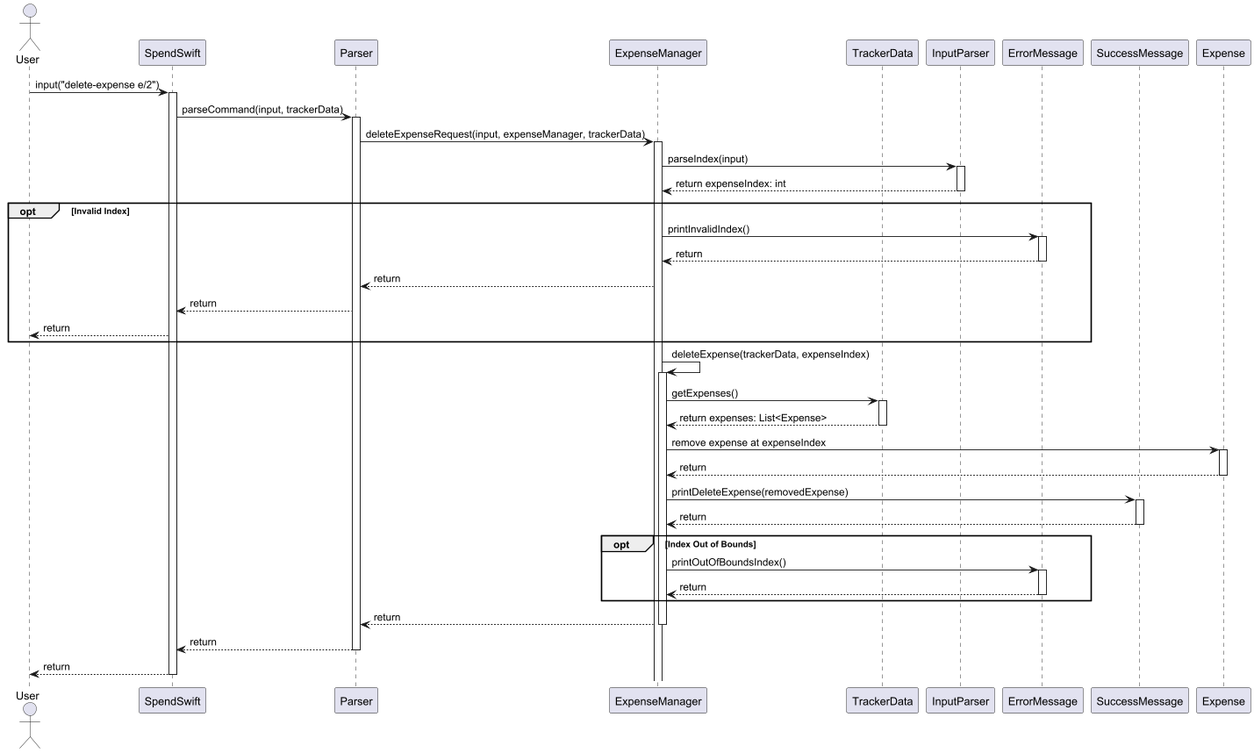
Above: docs/sequencediagrams/DeleteExpense.png in nus-cs2113-AY2425S1/tp (PlantUML), before the change. Source of this version:
```plantuml
@startuml
actor User
participant SpendSwift
participant Parser
participant ExpenseManager
participant TrackerData
participant InputParser
participant ErrorMessage
participant SuccessMessage
participant Expense

User -> SpendSwift : input("delete-expense e/2")
activate SpendSwift
SpendSwift -> Parser : parseCommand(input, trackerData)

activate Parser
Parser -> ExpenseManager : deleteExpenseRequest(input, expenseManager, trackerData)

activate ExpenseManager
ExpenseManager -> InputParser : parseIndex(input)
activate InputParser
InputParser --> ExpenseManager : return expenseIndex: int
deactivate InputParser

opt Invalid Index
    ExpenseManager -> ErrorMessage : printInvalidIndex()
    activate ErrorMessage
    ErrorMessage --> ExpenseManager : return
    deactivate ErrorMessage
    ExpenseManager --> Parser : return
    Parser --> SpendSwift : return
    SpendSwift --> User : return
end

ExpenseManager -> ExpenseManager : deleteExpense(trackerData, expenseIndex)

activate ExpenseManager
ExpenseManager -> TrackerData : getExpenses()
activate TrackerData
TrackerData --> ExpenseManager : return expenses: List<Expense>
deactivate TrackerData

ExpenseManager -> Expense : remove expense at expenseIndex
activate Expense
Expense --> ExpenseManager : return
deactivate Expense

ExpenseManager -> SuccessMessage : printDeleteExpense(removedExpense)
activate SuccessMessage
SuccessMessage --> ExpenseManager : return
deactivate SuccessMessage

opt Index Out of Bounds
    ExpenseManager -> ErrorMessage : printOutOfBoundsIndex()
    activate ErrorMessage
    ErrorMessage --> ExpenseManager : return
    deactivate ErrorMessage
end

ExpenseManager --> Parser : return
deactivate ExpenseManager
Parser --> SpendSwift : return
deactivate Parser
SpendSwift --> User : return
deactivate SpendSwift

@enduml
```
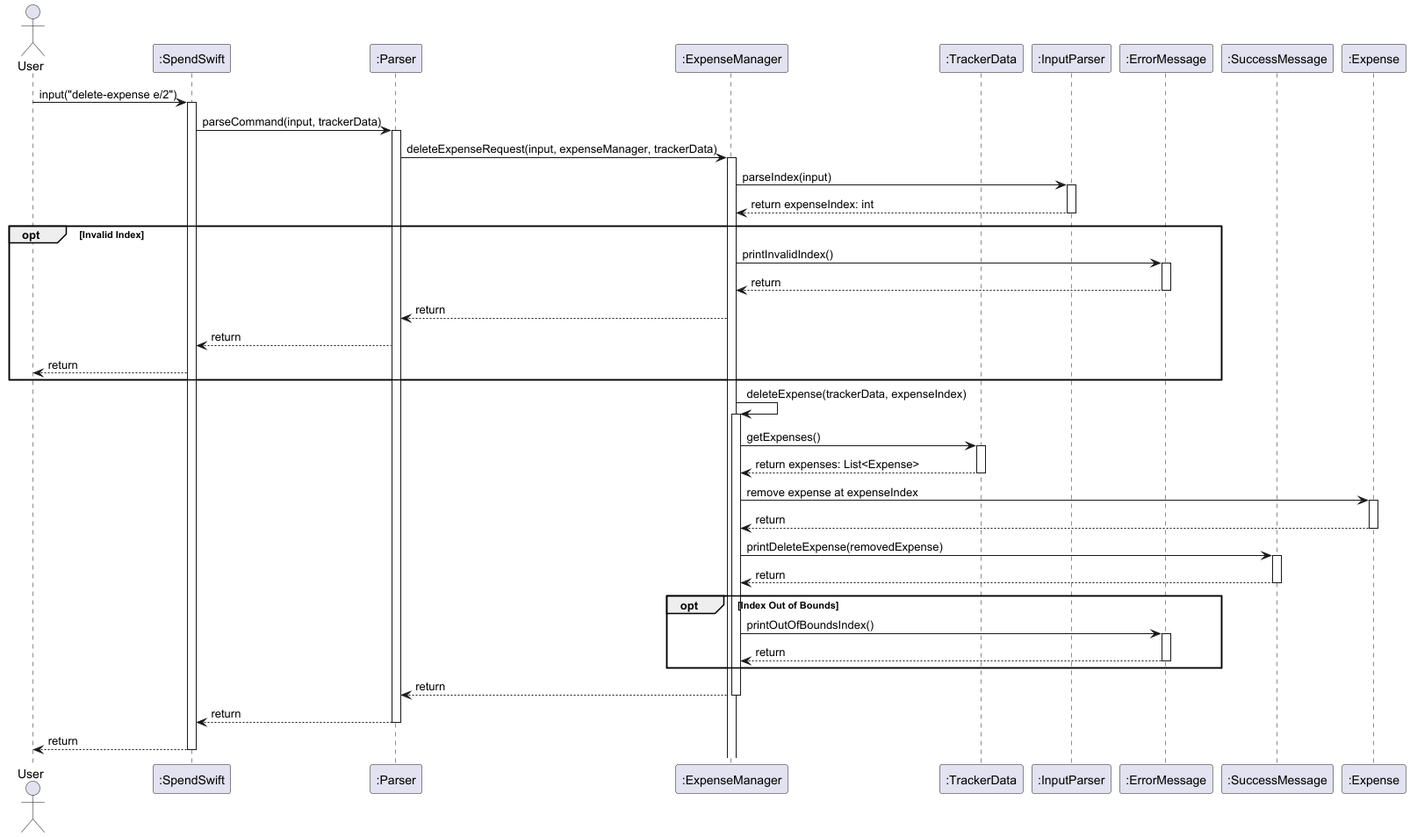
After the change.

The edit, as a diff of the source:
```diff
@@ -1,13 +1,13 @@
 @startuml
 actor User
-participant SpendSwift
-participant Parser
-participant ExpenseManager
-participant TrackerData
-participant InputParser
-participant ErrorMessage
-participant SuccessMessage
-participant Expense
+participant ":SpendSwift" as SpendSwift
+participant ":Parser" as Parser
+participant ":ExpenseManager" as ExpenseManager
+participant ":TrackerData" as TrackerData
+participant ":InputParser" as InputParser
+participant ":ErrorMessage" as ErrorMessage
+participant ":SuccessMessage" as SuccessMessage
+participant ":Expense" as Expense
 
 User -> SpendSwift : input("delete-expense e/2")
 activate SpendSwift
```
